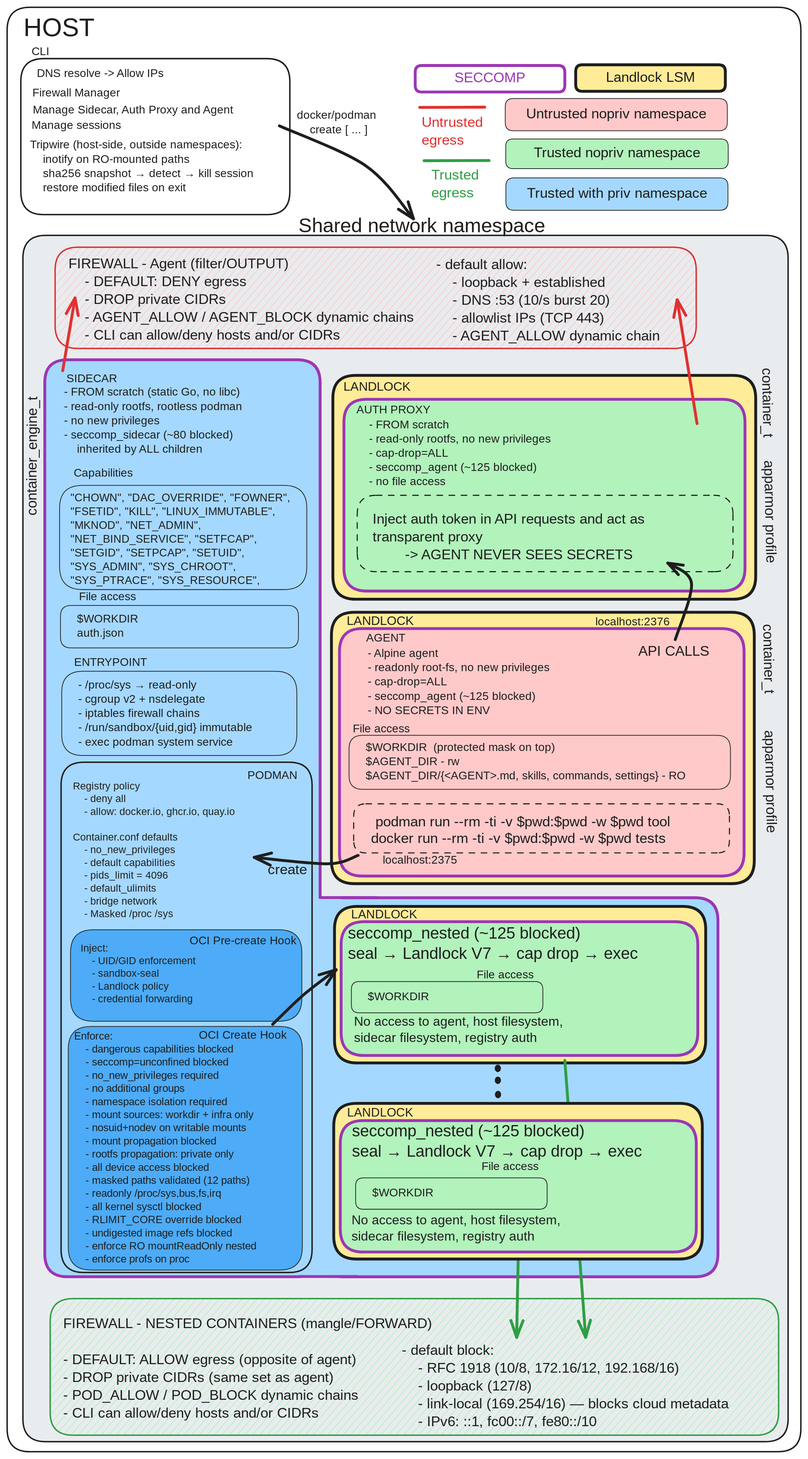
The Excalidraw diagram assets/clampdown-diagram.svg in jbergquist/clampdown, before a commit. Source tidied: one line per element, renumbered; positions are measured from the earlier drawing's top-left corner, leaving out a move shared by most shapes.
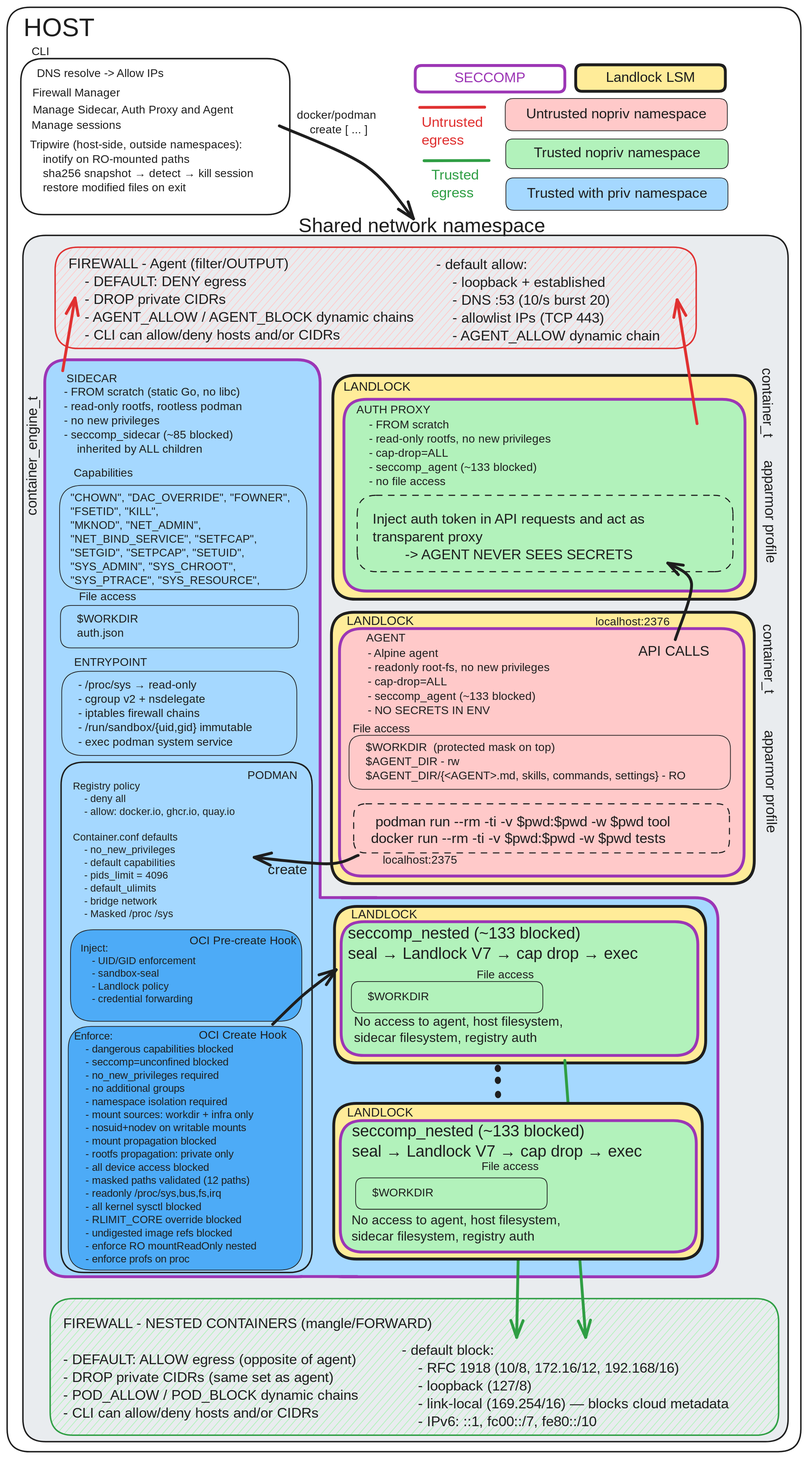
After the change.

Commit message:
cli: flip tripwire off by default, update architecture diagram

What changed in the source:
```diff
@@ -11,10 +11,10 @@
 {"id": 10, "type": "text", "text": "docker/podman\n    create [ ... ]", "strokeColor": "#1e1e1e", "strokeWidth": 2, "roughness": 0, "fontSize": 16, "fontFamily": 5, "x": 463, "y": 142, "width": 179, "height": 40}
 {"id": 11, "type": "rectangle", "strokeColor": "#9c36b5", "backgroundColor": "#a5d8ff", "fillStyle": "solid", "strokeWidth": 4, "roughness": 0, "round": true, "x": 109, "y": 494, "width": 386, "height": 1285}
 {"id": 12, "type": "text", "text": "SIDECAR", "strokeColor": "#1e1e1e", "strokeWidth": 2, "roughness": 0, "fontSize": 16, "fontFamily": 5, "x": 139, "y": 511, "width": 75, "height": 20}
-{"id": 13, "type": "text", "text": "- FROM scratch (static Go, no libc)\n- read-only rootfs, rootless podman\n- no new privileges\n- seccomp_sidecar (~80 blocked)\n    inherited by ALL children", "strokeColor": "#1e1e1e", "strokeWidth": 2, "roughness": 0, "fontSize": 16, "fontFamily": 5, "x": 136, "y": 530, "width": 279, "height": 100}
+{"id": 13, "type": "text", "text": "- FROM scratch (static Go, no libc)\n- read-only rootfs, rootless podman\n- no new privileges\n- seccomp_sidecar (~85 blocked)\n    inherited by ALL children", "strokeColor": "#1e1e1e", "strokeWidth": 2, "roughness": 0, "fontSize": 16, "fontFamily": 5, "x": 136, "y": 530, "width": 279, "height": 100}
 {"id": 14, "type": "rectangle", "strokeColor": "transparent", "backgroundColor": "#a5d8ff", "fillStyle": "solid", "strokeWidth": 1, "roughness": 0, "x": 470, "y": 1249, "width": 55, "height": 530}
 {"id": 15, "type": "rectangle", "strokeColor": "#1e1e1e", "strokeWidth": 1, "roughness": 0, "round": true, "x": 130, "y": 670, "width": 347, "height": 146}
-{"id": 16, "type": "text", "text": "\"CHOWN\", \"DAC_OVERRIDE\", \"FOWNER\", \n\"FSETID\", \"KILL\", \"LINUX_IMMUTABLE\",\n\"MKNOD\", \"NET_ADMIN\",\n\"NET_BIND_SERVICE\", \"SETFCAP\", \n\"SETGID\", \"SETPCAP\", \"SETUID\", \n\"SYS_ADMIN\", \"SYS_CHROOT\", \n\"SYS_PTRACE\", \"SYS_RESOURCE\",\n", "strokeColor": "#1e1e1e", "strokeWidth": 1, "roughness": 0, "fontSize": 15.42, "fontFamily": 5, "x": 145, "y": 679, "width": 307, "height": 154}
+{"id": 16, "type": "text", "text": "\"CHOWN\", \"DAC_OVERRIDE\", \"FOWNER\", \n\"FSETID\", \"KILL\",\n\"MKNOD\", \"NET_ADMIN\",\n\"NET_BIND_SERVICE\", \"SETFCAP\", \n\"SETGID\", \"SETPCAP\", \"SETUID\", \n\"SYS_ADMIN\", \"SYS_CHROOT\", \n\"SYS_PTRACE\", \"SYS_RESOURCE\",\n", "strokeColor": "#1e1e1e", "strokeWidth": 1, "roughness": 0, "fontSize": 15.42, "fontFamily": 5, "x": 145, "y": 679, "width": 307, "height": 154}
 {"id": 17, "type": "rectangle", "strokeColor": "#1e1e1e", "strokeWidth": 1, "roughness": 0, "round": true, "x": 131, "y": 838, "width": 334, "height": 60}
 {"id": 18, "type": "text", "text": "    $WORKDIR\n    auth.json", "strokeColor": "#1e1e1e", "strokeWidth": 1, "roughness": 1, "fontSize": 16, "fontFamily": 5, "verticalAlign": "middle", "inside": 17, "x": 136, "y": 848, "width": 117, "height": 40}
 {"id": 19, "type": "text", "text": "Capabilities", "strokeColor": "#1e1e1e", "strokeWidth": 1, "roughness": 0, "fontSize": 16, "fontFamily": 5, "x": 150, "y": 644, "width": 87, "height": 20}
@@ -27,14 +27,14 @@
 {"id": 26, "type": "text", "text": "OCI Create Hook", "strokeColor": "#1e1e1e", "strokeWidth": 1, "roughness": 0, "fontSize": 16, "fontFamily": 7, "x": 325, "y": 1430, "width": 113, "height": 18}
 {"id": 27, "type": "rectangle", "strokeColor": "#9c36b5", "backgroundColor": "#ffc9c9", "fillStyle": "solid", "strokeWidth": 4, "roughness": 0, "round": true, "x": 523, "y": 871, "width": 567, "height": 347}
 {"id": 28, "type": "text", "text": "AGENT", "strokeColor": "#1e1e1e", "strokeWidth": 1, "roughness": 0, "fontSize": 16, "fontFamily": 5, "x": 560, "y": 875, "width": 58, "height": 20}
-{"id": 29, "type": "text", "text": "- Alpine agent\n- readonly root-fs, no new privileges\n- cap-drop=ALL\n- seccomp_agent (~125 blocked)\n- NO SECRETS IN ENV\n", "strokeColor": "#1e1e1e", "strokeWidth": 1, "roughness": 0, "fontSize": 16, "fontFamily": 5, "x": 562, "y": 896, "width": 281, "height": 120}
+{"id": 29, "type": "text", "text": "- Alpine agent\n- readonly root-fs, no new privileges\n- cap-drop=ALL\n- seccomp_agent (~133 blocked)\n- NO SECRETS IN ENV\n", "strokeColor": "#1e1e1e", "strokeWidth": 1, "roughness": 0, "fontSize": 16, "fontFamily": 5, "x": 562, "y": 896, "width": 281, "height": 120}
 {"id": 30, "type": "rectangle", "strokeColor": "#1e1e1e", "strokeWidth": 1, "roughness": 0, "round": true, "x": 536, "y": 1020, "width": 535, "height": 76}
 {"id": 31, "type": "text", "text": "    $WORKDIR  (protected mask on top)\n    $AGENT_DIR - rw\n    $AGENT_DIR/{<AGENT>.md, skills, commands, settings} - RO", "strokeColor": "#1e1e1e", "strokeWidth": 1, "roughness": 1, "fontSize": 16, "fontFamily": 5, "verticalAlign": "middle", "inside": 30, "x": 541, "y": 1028, "width": 517, "height": 60}
 {"id": 32, "type": "text", "text": "File access", "strokeColor": "#1e1e1e", "strokeWidth": 1, "roughness": 0, "fontSize": 16, "fontFamily": 5, "x": 541, "y": 1002, "width": 84, "height": 20}
 {"id": 33, "type": "text", "text": "localhost:2375", "strokeColor": "#1e1e1e", "strokeWidth": 1, "roughness": 0, "fontSize": 16, "fontFamily": 5, "x": 583, "y": 1186, "width": 114, "height": 20}
 {"id": 34, "type": "rectangle", "strokeColor": "#1e1e1e", "backgroundColor": "#ffec99", "fillStyle": "solid", "strokeWidth": 4, "roughness": 0, "round": true, "x": 516, "y": 1260, "width": 520, "height": 219}
 {"id": 35, "type": "rectangle", "strokeColor": "#9c36b5", "backgroundColor": "#b2f2bb", "fillStyle": "solid", "strokeWidth": 4, "roughness": 0, "round": true, "x": 525, "y": 1281, "width": 500, "height": 187}
-{"id": 36, "type": "text", "text": "seccomp_nested (~125 blocked)\nseal → Landlock V7 → cap drop → exec", "strokeColor": "#1e1e1e", "backgroundColor": "#ffffff", "fillStyle": "solid", "strokeWidth": 1, "roughness": 0, "fontSize": 22.73, "fontFamily": 5, "x": 534, "y": 1285, "width": 456, "height": 57}
+{"id": 36, "type": "text", "text": "seccomp_nested (~133 blocked)\nseal → Landlock V7 → cap drop → exec", "strokeColor": "#1e1e1e", "backgroundColor": "#ffffff", "fillStyle": "solid", "strokeWidth": 1, "roughness": 0, "fontSize": 22.73, "fontFamily": 5, "x": 534, "y": 1285, "width": 456, "height": 57}
 {"id": 37, "type": "rectangle", "strokeColor": "#1e1e1e", "strokeWidth": 1, "roughness": 0, "round": true, "x": 539, "y": 1365, "width": 268, "height": 44}
 {"id": 38, "type": "text", "text": "    $WORKDIR", "strokeColor": "#1e1e1e", "strokeWidth": 1, "roughness": 1, "fontSize": 16, "fontFamily": 5, "verticalAlign": "middle", "inside": 37, "x": 544, "y": 1377, "width": 117, "height": 20}
 {"id": 39, "type": "text", "text": "File access", "strokeColor": "#1e1e1e", "strokeWidth": 1, "roughness": 0, "fontSize": 16, "fontFamily": 5, "x": 715, "y": 1347, "width": 84, "height": 20}
@@ -95,7 +95,7 @@
 {"id": 94, "type": "text", "text": "apparmor profile", "strokeColor": "#1e1e1e", "angle": 1.55, "strokeWidth": 2, "roughness": 0, "fontSize": 20, "fontFamily": 5, "x": 1048, "y": 1078, "width": 155, "height": 25}
 {"id": 95, "type": "text", "text": "Tripwire (host-side, outside namespaces):\n    inotify on RO-mounted paths\n    sha256 snapshot → detect → kill session\n    restore modified files on exit", "strokeColor": "#1e1e1e", "strokeWidth": 2, "roughness": 0, "fontSize": 16, "fontFamily": 5, "x": 89, "y": 184, "width": 358, "height": 80}
 {"id": 96, "type": "arrow", "strokeColor": "#1e1e1e", "strokeWidth": 4, "roughness": 0, "endArrowhead": "arrow", "round": true, "from": 2, "x": 438, "y": 166, "width": 188, "height": 130, "points": [[0, 0], [122, 56], [188, 130]]}
-{"id": 97, "type": "text", "text": "seccomp_nested (~125 blocked)\nseal → Landlock V7 → cap drop → exec", "strokeColor": "#1e1e1e", "backgroundColor": "#ffffff", "fillStyle": "solid", "strokeWidth": 1, "roughness": 0, "fontSize": 22.73, "fontFamily": 5, "x": 540, "y": 1562, "width": 456, "height": 57}
+{"id": 97, "type": "text", "text": "seccomp_nested (~133 blocked)\nseal → Landlock V7 → cap drop → exec", "strokeColor": "#1e1e1e", "backgroundColor": "#ffffff", "fillStyle": "solid", "strokeWidth": 1, "roughness": 0, "fontSize": 22.73, "fontFamily": 5, "x": 540, "y": 1562, "width": 456, "height": 57}
 {"id": 98, "type": "rectangle", "strokeColor": "#1e1e1e", "backgroundColor": "#ffec99", "fillStyle": "solid", "strokeWidth": 4, "roughness": 0, "round": true, "x": 513, "y": 516, "width": 593, "height": 314}
 {"id": 99, "type": "text", "text": "LANDLOCK ", "strokeColor": "#1e1e1e", "backgroundColor": "#ffec99", "fillStyle": "solid", "strokeWidth": 2, "strokeStyle": "dashed", "roughness": 0, "fontSize": 17.63, "fontFamily": 7, "x": 528, "y": 521, "width": 85, "height": 20}
 {"id": 100, "type": "rectangle", "strokeColor": "#9c36b5", "backgroundColor": "#b2f2bb", "fillStyle": "solid", "strokeWidth": 4, "roughness": 0, "round": true, "x": 529, "y": 549, "width": 562, "height": 269}
@@ -105,7 +105,7 @@
 {"id": 104, "type": "text", "text": "container_t", "strokeColor": "#1e1e1e", "angle": 1.55, "strokeWidth": 2, "roughness": 0, "fontSize": 20, "fontFamily": 5, "x": 1064, "y": 550, "width": 114, "height": 25}
 {"id": 105, "type": "text", "text": "apparmor profile", "strokeColor": "#1e1e1e", "angle": 1.55, "strokeWidth": 2, "roughness": 0, "fontSize": 20, "fontFamily": 5, "x": 1047, "y": 700, "width": 155, "height": 25}
 {"id": 106, "type": "text", "text": "AUTH PROXY", "strokeColor": "#1e1e1e", "strokeWidth": 1, "roughness": 0, "fontSize": 16, "fontFamily": 5, "x": 546, "y": 555, "width": 106, "height": 20}
-{"id": 107, "type": "text", "text": "- FROM scratch\n- read-only rootfs, no new privileges\n- cap-drop=ALL\n- seccomp_agent (~125 blocked)\n- no file access\n", "strokeColor": "#1e1e1e", "strokeWidth": 1, "roughness": 0, "fontSize": 16, "fontFamily": 5, "x": 564, "y": 576, "width": 281, "height": 120}
+{"id": 107, "type": "text", "text": "- FROM scratch\n- read-only rootfs, no new privileges\n- cap-drop=ALL\n- seccomp_agent (~133 blocked)\n- no file access\n", "strokeColor": "#1e1e1e", "strokeWidth": 1, "roughness": 0, "fontSize": 16, "fontFamily": 5, "x": 564, "y": 576, "width": 281, "height": 120}
 {"id": 108, "type": "rectangle", "strokeColor": "#1e1e1e", "strokeWidth": 1, "strokeStyle": "dashed", "roughness": 0, "round": true, "x": 547, "y": 684, "width": 527, "height": 107}
 {"id": 109, "type": "text", "text": "Inject auth token in API requests and act as\ntransparent proxy \n        -> AGENT NEVER SEES SECRETS", "strokeColor": "#1e1e1e", "backgroundColor": "#a5d8ff", "fillStyle": "solid", "strokeWidth": 1, "roughness": 0, "fontSize": 20, "fontFamily": 5, "x": 569, "y": 706, "width": 451, "height": 75}
 {"id": 110, "type": "arrow", "strokeColor": "#e03131", "backgroundColor": "#b2f2bb", "fillStyle": "solid", "strokeWidth": 4, "roughness": 0, "endArrowhead": "arrow", "round": true, "to": 51, "x": 1024, "y": 583, "width": 28, "height": 173, "points": [[0, 0], [-28, -173]]}
```
